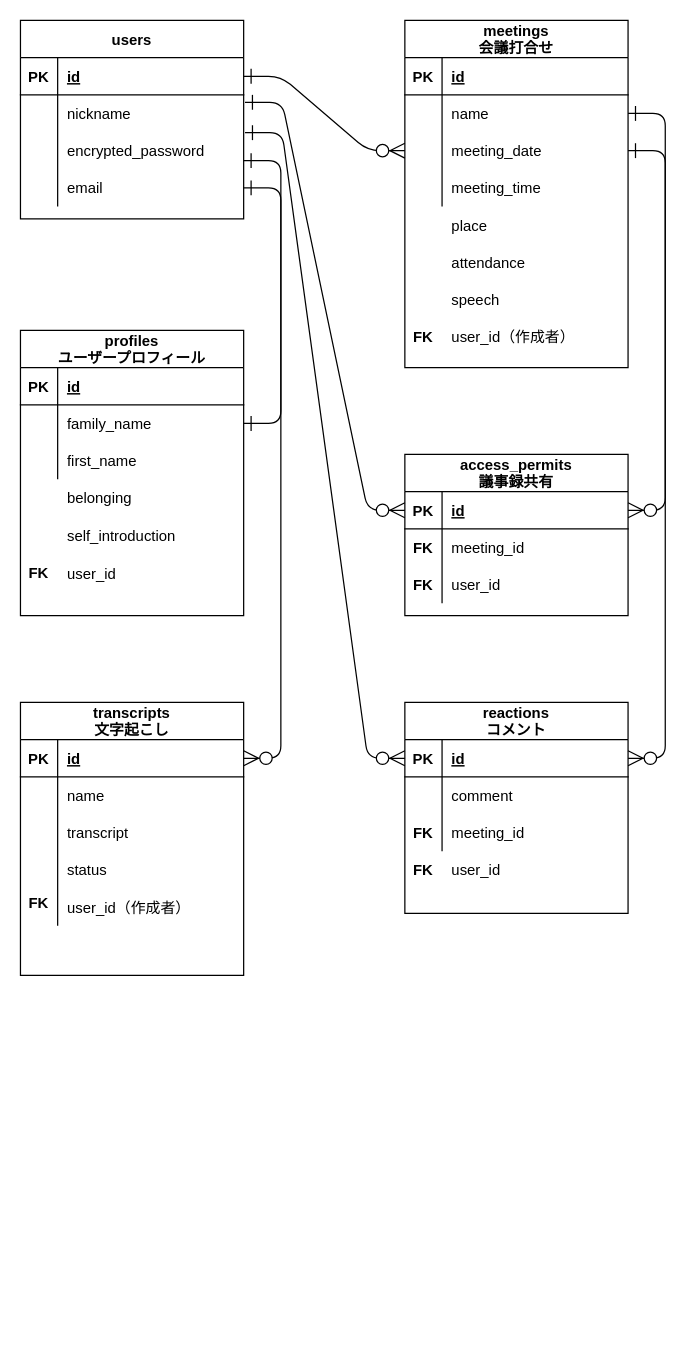
Earlier version of the draw.io diagram ER.dio (YoshiYamamura/gijimemo_app). Source tidied: cells renumbered, new cells numbered last; positions are measured from the earlier drawing's top-left corner, leaving out a move shared by most shapes. Both pictures are drawn from the tidied source at 124%, with x=0, y=0 at pixel (20, 20).
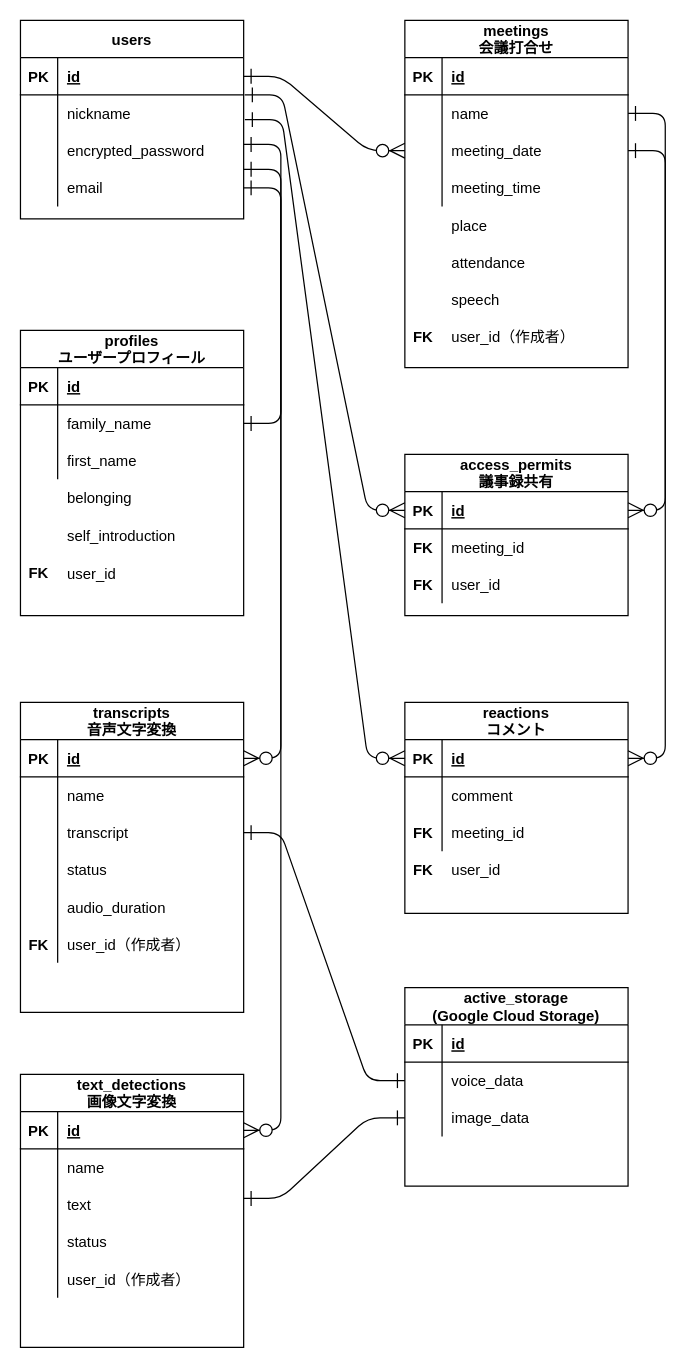
After the change.

Unchanged cells that the change refers to:
```xml
<mxCell id="6" style="shape=partialRectangle;fillColor=none;top=0;left=0;bottom=0;right=0;points=[[0,0.5],[1,0.5]];portConstraint=eastwest;" parent="2" vertex="1">
  <mxGeometry y="60" width="180" height="30" as="geometry" />
</mxCell>
<mxCell id="9" style="shape=partialRectangle;fillColor=none;top=0;left=0;bottom=0;right=0;points=[[0,0.5],[1,0.5]];portConstraint=eastwest;" parent="2" vertex="1">
  <mxGeometry y="90" width="180" height="30" as="geometry" />
</mxCell>
<mxCell id="34" style="shape=partialRectangle;fillColor=none;top=0;left=0;bottom=1;right=0;points=[[0,0.5],[1,0.5]];portConstraint=eastwest;" parent="33" vertex="1">
  <mxGeometry y="30" width="180" height="30" as="geometry" />
</mxCell>
<mxCell id="62" style="shape=partialRectangle;fillColor=none;top=0;left=0;bottom=1;right=0;points=[[0,0.5],[1,0.5]];portConstraint=eastwest;" parent="61" vertex="1">
  <mxGeometry y="30" width="180" height="30" as="geometry" />
</mxCell>
<mxCell id="74" style="group;" parent="1" vertex="1">
  <mxGeometry y="550" width="180" height="190" as="geometry" />
</mxCell>
<mxCell id="76" style="shape=partialRectangle;fillColor=none;top=0;left=0;bottom=1;right=0;points=[[0,0.5],[1,0.5]];portConstraint=eastwest;" parent="75" vertex="1">
  <mxGeometry y="30" width="180" height="30" as="geometry" />
</mxCell>
```

The edit, as a diff of the source:
```diff
@@
-    <mxCell id="75" value="transcripts&#10;文字起こし" style="shape=table;startSize=30;childLayout=tableLayout;rowLines=0;fontStyle=1;align=center;" parent="74" vertex="1">
-      <mxGeometry width="180" height="220" as="geometry" />
+    <mxCell id="75" value="transcripts&#10;音声文字変換" style="shape=table;startSize=30;childLayout=tableLayout;rowLines=0;fontStyle=1;align=center;" parent="74" vertex="1">
+      <mxGeometry width="180" height="250" as="geometry" />
     </mxCell>
@@
+    <mxCell id="99" style="shape=partialRectangle;fillColor=none;top=0;left=0;bottom=0;right=0;" parent="75" vertex="1">
+      <mxGeometry y="150" width="180" height="30" as="geometry" />
+    </mxCell>
+    <mxCell id="100" style="shape=partialRectangle;fillColor=none;top=0;left=0;bottom=0;right=0;overflow=hidden;" parent="99" vertex="1">
+      <mxGeometry width="30" height="30" as="geometry" />
+    </mxCell>
+    <mxCell id="101" value="audio_duration" style="shape=partialRectangle;fillColor=none;top=0;left=0;bottom=0;right=0;align=left;spacingLeft=6;overflow=hidden;" parent="99" vertex="1">
+      <mxGeometry x="30" width="150" height="30" as="geometry" />
+    </mxCell>
     <mxCell id="88" style="shape=partialRectangle;fillColor=none;top=0;left=0;bottom=0;right=0;" parent="75" vertex="1">
-      <mxGeometry y="150" width="180" height="30" as="geometry" />
+      <mxGeometry y="180" width="180" height="30" as="geometry" />
     </mxCell>
@@
     <mxCell id="91" value="FK" style="shape=partialRectangle;fillColor=none;top=0;left=0;bottom=0;right=0;fontStyle=1;overflow=hidden;" parent="74" vertex="1">
-      <mxGeometry y="143.5" width="30" height="35.6" as="geometry" />
+      <mxGeometry y="177.5" width="30" height="35.6" as="geometry" />
     </mxCell>
@@
-    <mxCell id="94" style="edgeStyle=entityRelationEdgeStyle;fontSize=12;html=1;endArrow=ERzeroToMany;endFill=1;startSize=10;endSize=10;startArrow=ERone;startFill=0;exitX=1.006;exitY=0.2;exitDx=0;exitDy=0;exitPerimeter=0;entryX=0;entryY=0.5;entryDx=0;entryDy=0;" parent="1" edge="1" source="6" target="34">
-      <mxGeometry relative="1" as="geometry" />
+    <mxCell id="94" style="edgeStyle=entityRelationEdgeStyle;fontSize=12;html=1;endArrow=ERzeroToMany;endFill=1;startSize=10;endSize=10;startArrow=ERone;startFill=0;entryX=0;entryY=0.5;entryDx=0;entryDy=0;" parent="1" edge="1" target="34">
+      <mxGeometry relative="1" as="geometry">
+        <mxPoint x="181" y="60" as="sourcePoint" />
+      </mxGeometry>
     </mxCell>
@@
-    <mxCell id="96" style="edgeStyle=entityRelationEdgeStyle;fontSize=12;html=1;endArrow=ERzeroToMany;endFill=1;startSize=10;endSize=10;startArrow=ERone;startFill=0;exitX=1.006;exitY=0.2;exitDx=0;exitDy=0;exitPerimeter=0;entryX=0;entryY=0.5;entryDx=0;entryDy=0;" parent="1" edge="1" target="62">
+    <mxCell id="96" style="edgeStyle=entityRelationEdgeStyle;fontSize=12;html=1;endArrow=ERzeroToMany;endFill=1;startSize=10;endSize=10;startArrow=ERone;startFill=0;entryX=0;entryY=0.5;entryDx=0;entryDy=0;" parent="1" edge="1" target="62">
       <mxGeometry relative="1" as="geometry">
-        <mxPoint x="181.1" y="90.5" as="sourcePoint" />
+        <mxPoint x="181" y="80" as="sourcePoint" />
       </mxGeometry>
     </mxCell>
@@
-    <mxCell id="98" style="edgeStyle=entityRelationEdgeStyle;fontSize=12;html=1;endArrow=ERzeroToMany;endFill=1;startSize=10;endSize=10;startArrow=ERone;startFill=0;entryX=1;entryY=0.5;entryDx=0;entryDy=0;" parent="1" edge="1" target="76">
-      <mxGeometry relative="1" as="geometry">
-        <mxPoint x="180" y="113" as="sourcePoint" />
-      </mxGeometry>
+    <mxCell id="98" style="edgeStyle=entityRelationEdgeStyle;fontSize=12;html=1;endArrow=ERzeroToMany;endFill=1;startSize=10;endSize=10;startArrow=ERone;startFill=0;entryX=1;entryY=0.5;entryDx=0;entryDy=0;exitX=1;exitY=0.333;exitDx=0;exitDy=0;exitPerimeter=0;" parent="1" edge="1" source="9" target="76">
+      <mxGeometry relative="1" as="geometry" />
     </mxCell>
+    <mxCell id="102" value="text_detections&#10;画像文字変換" style="shape=table;startSize=30;childLayout=tableLayout;rowLines=0;fontStyle=1;align=center;" parent="1" vertex="1">
+      <mxGeometry y="850" width="180" height="220" as="geometry" />
+    </mxCell>
+    <mxCell id="103" style="shape=partialRectangle;fillColor=none;top=0;left=0;bottom=1;right=0;points=[[0,0.5],[1,0.5]];portConstraint=eastwest;" parent="102" vertex="1">
+      <mxGeometry y="30" width="180" height="30" as="geometry" />
+    </mxCell>
+    <mxCell id="104" value="PK" style="shape=partialRectangle;fillColor=none;top=0;left=0;bottom=0;right=0;fontStyle=1;overflow=hidden;" parent="103" vertex="1">
+      <mxGeometry width="30" height="30" as="geometry" />
+    </mxCell>
+    <mxCell id="105" value="id" style="shape=partialRectangle;fillColor=none;top=0;left=0;bottom=0;right=0;align=left;spacingLeft=6;fontStyle=5;overflow=hidden;" parent="103" vertex="1">
+      <mxGeometry x="30" width="150" height="30" as="geometry" />
+    </mxCell>
+    <mxCell id="106" style="shape=partialRectangle;fillColor=none;top=0;left=0;bottom=0;right=0;" parent="102" vertex="1">
+      <mxGeometry y="60" width="180" height="30" as="geometry" />
+    </mxCell>
+    <mxCell id="107" style="shape=partialRectangle;fillColor=none;top=0;left=0;bottom=0;right=0;overflow=hidden;" parent="106" vertex="1">
+      <mxGeometry width="30" height="30" as="geometry" />
+    </mxCell>
+    <mxCell id="108" value="name" style="shape=partialRectangle;fillColor=none;top=0;left=0;bottom=0;right=0;align=left;spacingLeft=6;overflow=hidden;" parent="106" vertex="1">
+      <mxGeometry x="30" width="150" height="30" as="geometry" />
+    </mxCell>
+    <mxCell id="109" style="shape=partialRectangle;fillColor=none;top=0;left=0;bottom=0;right=0;" parent="102" vertex="1">
+      <mxGeometry y="90" width="180" height="30" as="geometry" />
+    </mxCell>
+    <mxCell id="110" style="shape=partialRectangle;fillColor=none;top=0;left=0;bottom=0;right=0;overflow=hidden;" parent="109" vertex="1">
+      <mxGeometry width="30" height="30" as="geometry" />
+    </mxCell>
+    <mxCell id="111" value="text" style="shape=partialRectangle;fillColor=none;top=0;left=0;bottom=0;right=0;align=left;spacingLeft=6;overflow=hidden;" parent="109" vertex="1">
+      <mxGeometry x="30" width="150" height="30" as="geometry" />
+    </mxCell>
+    <mxCell id="112" style="shape=partialRectangle;fillColor=none;top=0;left=0;bottom=0;right=0;" parent="102" vertex="1">
+      <mxGeometry y="120" width="180" height="30" as="geometry" />
+    </mxCell>
+    <mxCell id="113" style="shape=partialRectangle;fillColor=none;top=0;left=0;bottom=0;right=0;overflow=hidden;" parent="112" vertex="1">
+      <mxGeometry width="30" height="30" as="geometry" />
+    </mxCell>
+    <mxCell id="114" value="status" style="shape=partialRectangle;fillColor=none;top=0;left=0;bottom=0;right=0;align=left;spacingLeft=6;overflow=hidden;" parent="112" vertex="1">
+      <mxGeometry x="30" width="150" height="30" as="geometry" />
+    </mxCell>
+    <mxCell id="115" style="shape=partialRectangle;fillColor=none;top=0;left=0;bottom=0;right=0;" parent="102" vertex="1">
+      <mxGeometry y="150" width="180" height="30" as="geometry" />
+    </mxCell>
+    <mxCell id="116" style="shape=partialRectangle;fillColor=none;top=0;left=0;bottom=0;right=0;overflow=hidden;" parent="115" vertex="1">
+      <mxGeometry width="30" height="30" as="geometry" />
+    </mxCell>
+    <mxCell id="117" value="user_id（作成者）" style="shape=partialRectangle;fillColor=none;top=0;left=0;bottom=0;right=0;align=left;spacingLeft=6;overflow=hidden;" parent="115" vertex="1">
+      <mxGeometry x="30" width="150" height="30" as="geometry" />
+    </mxCell>
+    <mxCell id="118" value="active_storage&#10;(Google Cloud Storage)" style="shape=table;startSize=30;childLayout=tableLayout;rowLines=0;fontStyle=1;align=center;" parent="1" vertex="1">
+      <mxGeometry x="310" y="780" width="180" height="160" as="geometry" />
+    </mxCell>
+    <mxCell id="119" style="shape=partialRectangle;fillColor=none;top=0;left=0;bottom=1;right=0;" parent="118" vertex="1">
+      <mxGeometry y="30" width="180" height="30" as="geometry" />
+    </mxCell>
+    <mxCell id="120" value="PK" style="shape=partialRectangle;fillColor=none;top=0;left=0;bottom=0;right=0;fontStyle=1;overflow=hidden;" parent="119" vertex="1">
+      <mxGeometry width="30" height="30" as="geometry" />
+    </mxCell>
+    <mxCell id="121" value="id" style="shape=partialRectangle;fillColor=none;top=0;left=0;bottom=0;right=0;align=left;spacingLeft=6;fontStyle=5;overflow=hidden;" parent="119" vertex="1">
+      <mxGeometry x="30" width="150" height="30" as="geometry" />
+    </mxCell>
+    <mxCell id="122" style="shape=partialRectangle;fillColor=none;top=0;left=0;bottom=0;right=0;points=[[0,0.5],[1,0.5]];portConstraint=eastwest;" parent="118" vertex="1">
+      <mxGeometry y="60" width="180" height="30" as="geometry" />
+    </mxCell>
+    <mxCell id="123" style="shape=partialRectangle;fillColor=none;top=0;left=0;bottom=0;right=0;overflow=hidden;" parent="122" vertex="1">
+      <mxGeometry width="30" height="30" as="geometry" />
+    </mxCell>
+    <mxCell id="124" value="voice_data" style="shape=partialRectangle;fillColor=none;top=0;left=0;bottom=0;right=0;align=left;spacingLeft=6;overflow=hidden;" parent="122" vertex="1">
+      <mxGeometry x="30" width="150" height="30" as="geometry" />
+    </mxCell>
+    <mxCell id="125" style="shape=partialRectangle;fillColor=none;top=0;left=0;bottom=0;right=0;points=[[0,0.5],[1,0.5]];portConstraint=eastwest;" parent="118" vertex="1">
+      <mxGeometry y="90" width="180" height="30" as="geometry" />
+    </mxCell>
+    <mxCell id="126" style="shape=partialRectangle;fillColor=none;top=0;left=0;bottom=0;right=0;overflow=hidden;" parent="125" vertex="1">
+      <mxGeometry width="30" height="30" as="geometry" />
+    </mxCell>
+    <mxCell id="127" value="image_data" style="shape=partialRectangle;fillColor=none;top=0;left=0;bottom=0;right=0;align=left;spacingLeft=6;overflow=hidden;" parent="125" vertex="1">
+      <mxGeometry x="30" width="150" height="30" as="geometry" />
+    </mxCell>
+    <mxCell id="128" style="edgeStyle=entityRelationEdgeStyle;fontSize=12;html=1;endArrow=ERzeroToMany;endFill=1;startSize=10;endSize=10;startArrow=ERone;startFill=0;entryX=1;entryY=0.5;entryDx=0;entryDy=0;" parent="1" edge="1" target="103">
+      <mxGeometry relative="1" as="geometry">
+        <mxPoint x="180" y="120" as="sourcePoint" />
+      </mxGeometry>
+    </mxCell>
+    <mxCell id="129" style="edgeStyle=entityRelationEdgeStyle;fontSize=12;html=1;endArrow=ERone;endFill=0;startSize=10;endSize=10;startArrow=ERone;startFill=0;exitX=1;exitY=0.5;exitDx=0;exitDy=0;entryX=0;entryY=0.5;entryDx=0;entryDy=0;" parent="1" edge="1" target="125">
+      <mxGeometry relative="1" as="geometry">
+        <mxPoint x="180" y="950" as="sourcePoint" />
+      </mxGeometry>
+    </mxCell>
+    <mxCell id="130" style="edgeStyle=entityRelationEdgeStyle;fontSize=12;html=1;endArrow=ERone;endFill=0;startSize=10;endSize=10;startArrow=ERone;startFill=0;exitX=1;exitY=0.5;exitDx=0;exitDy=0;entryX=0;entryY=0.5;entryDx=0;entryDy=0;" parent="1" edge="1" target="122">
+      <mxGeometry relative="1" as="geometry">
+        <mxPoint x="180" y="655" as="sourcePoint" />
+      </mxGeometry>
+    </mxCell>
```
